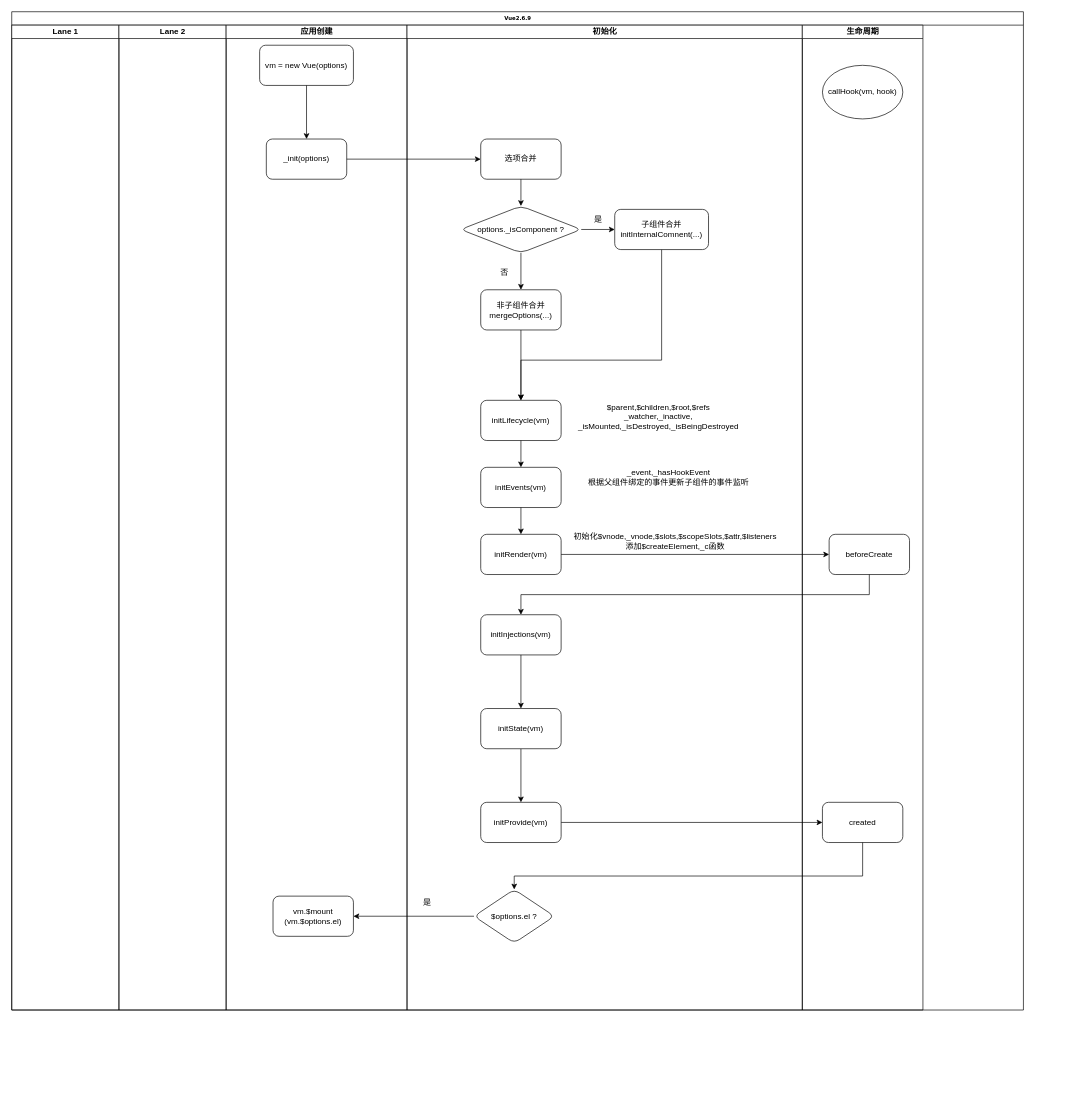
Before: 流程图.drawio in prianyu/vue-2.6.9, a draw.io diagram. Source tidied: cells renumbered, new cells numbered last; positions are measured from the earlier drawing's top-left corner, leaving out a move shared by most shapes. Both pictures are drawn from the tidied source at 67%, with x=0, y=0 at pixel (11, 11).
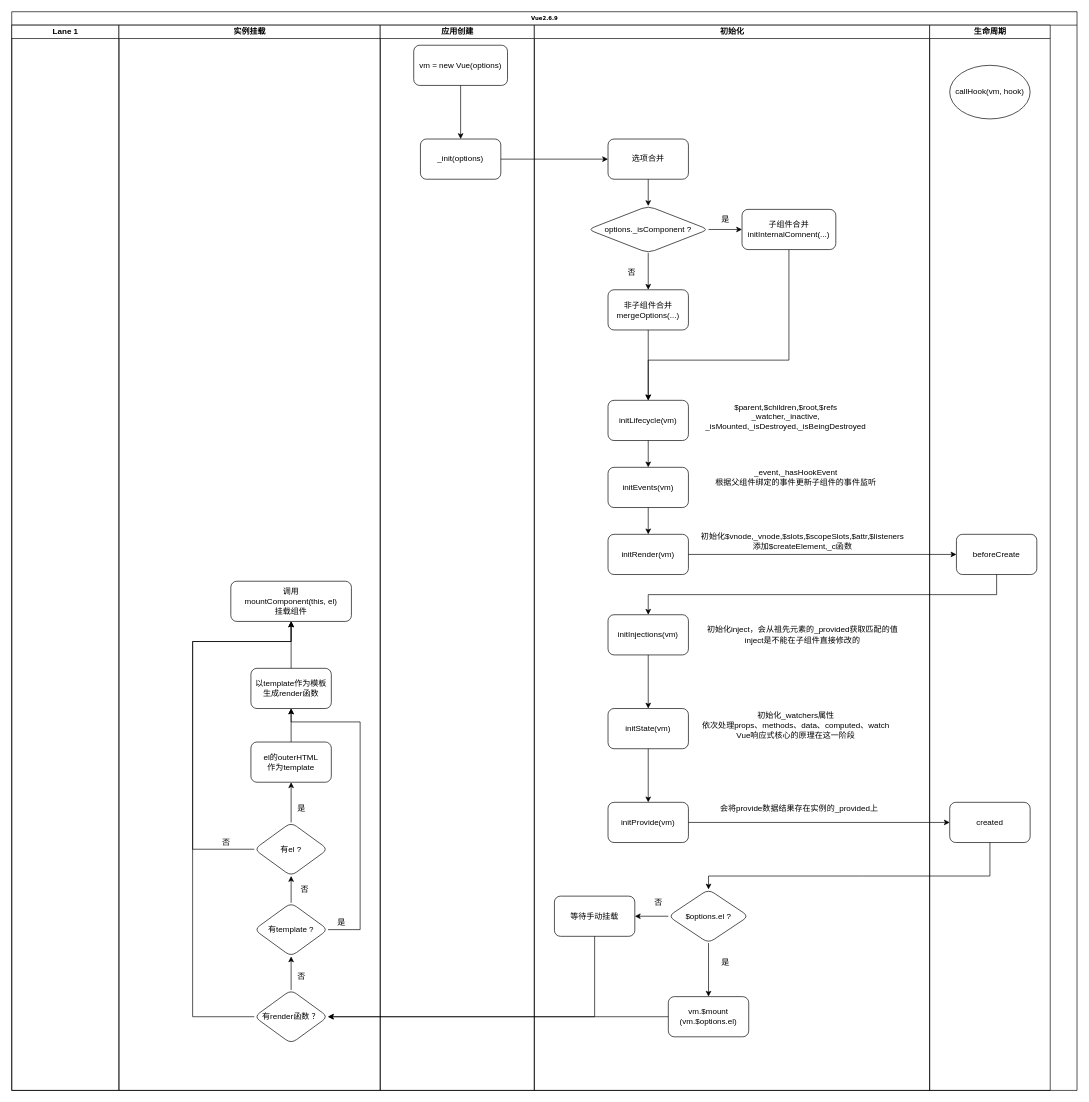
The same diagram, later.

Unchanged cells that the change refers to:
```xml
<mxCell id="18" value="initInjections(vm)" style="whiteSpace=wrap;html=1;rounded=1;" parent="11" vertex="1">
  <mxGeometry x="110" y="880" width="120" height="60" as="geometry" />
</mxCell>
<mxCell id="35" value="created" style="whiteSpace=wrap;html=1;rounded=1;" parent="33" vertex="1">
  <mxGeometry x="30" y="1160" width="120" height="60" as="geometry" />
</mxCell>
```

Change to the diagram source:
```diff
@@
     <mxCell id="2" value="Vue2.6.9" style="swimlane;html=1;startSize=20;rounded=0;shadow=0;labelBackgroundColor=none;strokeWidth=1;fontFamily=Verdana;fontSize=8;align=center;" parent="1" vertex="1">
-      <mxGeometry width="1510" height="1490" as="geometry" />
+      <mxGeometry width="1590" height="1610" as="geometry" />
     </mxCell>
     <mxCell id="3" value="Lane 1" style="swimlane;html=1;startSize=20;" parent="2" vertex="1">
-      <mxGeometry y="20" width="160" height="1470" as="geometry" />
+      <mxGeometry y="20" width="160" height="1590" as="geometry" />
     </mxCell>
-    <mxCell id="4" value="Lane 2" style="swimlane;html=1;startSize=20;" parent="2" vertex="1">
-      <mxGeometry x="160" y="20" width="160" height="1470" as="geometry" />
+    <mxCell id="4" value="实例挂载" style="swimlane;html=1;startSize=20;" parent="2" vertex="1">
+      <mxGeometry x="160" y="20" width="390" height="1590" as="geometry" />
     </mxCell>
+    <mxCell id="47" style="edgeStyle=orthogonalEdgeStyle;rounded=0;jettySize=auto;html=1;exitX=0;exitY=0.5;exitDx=0;exitDy=0;" parent="4" edge="1" source="48">
+      <mxGeometry relative="1" as="geometry">
+        <mxPoint x="257" y="890" as="targetPoint" />
+        <Array as="points">
+          <mxPoint x="110" y="1480" />
+          <mxPoint x="110" y="920" />
+          <mxPoint x="257" y="920" />
+        </Array>
+      </mxGeometry>
+    </mxCell>
+    <mxCell id="48" value="有render函数 ？" style="rhombus;whiteSpace=wrap;html=1;rounded=1;" parent="4" vertex="1">
+      <mxGeometry x="202" y="1440" width="110" height="80" as="geometry" />
+    </mxCell>
+    <mxCell id="49" style="edgeStyle=orthogonalEdgeStyle;rounded=0;jettySize=auto;html=1;exitX=1;exitY=0.5;exitDx=0;exitDy=0;" parent="4" edge="1" source="50">
+      <mxGeometry relative="1" as="geometry">
+        <mxPoint x="257" y="1020" as="targetPoint" />
+        <Array as="points">
+          <mxPoint x="360" y="1350" />
+          <mxPoint x="360" y="1040" />
+          <mxPoint x="257" y="1040" />
+        </Array>
+      </mxGeometry>
+    </mxCell>
+    <mxCell id="50" value="有template ?" style="rhombus;whiteSpace=wrap;html=1;rounded=1;" parent="4" vertex="1">
+      <mxGeometry x="202" y="1310" width="110" height="80" as="geometry" />
+    </mxCell>
+    <mxCell id="51" style="edgeStyle=orthogonalEdgeStyle;rounded=0;jettySize=auto;html=1;" parent="4" edge="1" source="48" target="50">
+      <mxGeometry relative="1" as="geometry" />
+    </mxCell>
+    <mxCell id="52" value="有el ?" style="rhombus;whiteSpace=wrap;html=1;rounded=1;" parent="4" vertex="1">
+      <mxGeometry x="202" y="1190" width="110" height="80" as="geometry" />
+    </mxCell>
+    <mxCell id="53" style="edgeStyle=orthogonalEdgeStyle;rounded=0;jettySize=auto;html=1;" parent="4" edge="1" source="50" target="52">
+      <mxGeometry relative="1" as="geometry" />
+    </mxCell>
+    <mxCell id="54" value="el的outerHTML&lt;br&gt;作为template" style="whiteSpace=wrap;html=1;rounded=1;" parent="4" vertex="1">
+      <mxGeometry x="197" y="1070" width="120" height="60" as="geometry" />
+    </mxCell>
+    <mxCell id="55" style="edgeStyle=orthogonalEdgeStyle;rounded=0;jettySize=auto;html=1;" parent="4" edge="1" source="52" target="54">
+      <mxGeometry relative="1" as="geometry" />
+    </mxCell>
+    <mxCell id="56" value="否" style="text;html=1;align=center;verticalAlign=middle;" parent="4" vertex="1">
+      <mxGeometry x="262" y="1280" width="30" height="20" as="geometry" />
+    </mxCell>
+    <mxCell id="57" value="以template作为模板&lt;br&gt;生成render函数" style="whiteSpace=wrap;html=1;rounded=1;" parent="4" vertex="1">
+      <mxGeometry x="197" y="960" width="120" height="60" as="geometry" />
+    </mxCell>
+    <mxCell id="58" style="edgeStyle=orthogonalEdgeStyle;rounded=0;jettySize=auto;html=1;" parent="4" edge="1" source="54" target="57">
+      <mxGeometry relative="1" as="geometry" />
+    </mxCell>
+    <mxCell id="59" value="是" style="text;html=1;align=center;verticalAlign=middle;" parent="4" vertex="1">
+      <mxGeometry x="317" y="1330" width="30" height="20" as="geometry" />
+    </mxCell>
+    <mxCell id="60" value="调用&lt;br&gt;mountComponent(this, el)&lt;br&gt;挂载组件" style="whiteSpace=wrap;html=1;rounded=1;" parent="4" vertex="1">
+      <mxGeometry x="167" y="830" width="180" height="60" as="geometry" />
+    </mxCell>
+    <mxCell id="61" style="edgeStyle=orthogonalEdgeStyle;rounded=0;jettySize=auto;html=1;" parent="4" edge="1" source="57" target="60">
+      <mxGeometry relative="1" as="geometry" />
+    </mxCell>
+    <mxCell id="62" style="edgeStyle=orthogonalEdgeStyle;rounded=0;jettySize=auto;html=1;exitX=0;exitY=0.5;exitDx=0;exitDy=0;entryX=0.5;entryY=1;entryDx=0;entryDy=0;" parent="4" edge="1" source="52" target="60">
+      <mxGeometry relative="1" as="geometry">
+        <Array as="points">
+          <mxPoint x="110" y="1230" />
+          <mxPoint x="110" y="920" />
+          <mxPoint x="257" y="920" />
+        </Array>
+      </mxGeometry>
+    </mxCell>
     <mxCell id="5" value="应用创建" style="swimlane;html=1;startSize=20;" parent="2" vertex="1">
-      <mxGeometry x="320" y="20" width="270" height="1470" as="geometry" />
+      <mxGeometry x="550" y="20" width="230" height="1590" as="geometry" />
     </mxCell>
@@
-    <mxCell id="9" value="vm.$mount&lt;br&gt;(vm.$options.el)" style="whiteSpace=wrap;html=1;rounded=1;" parent="5" vertex="1">
-      <mxGeometry x="70" y="1300" width="120" height="60" as="geometry" />
-    </mxCell>
@@
     <mxCell id="11" value="初始化" style="swimlane;html=1;startSize=20;" parent="2" vertex="1">
-      <mxGeometry x="590" y="20" width="590" height="1470" as="geometry" />
+      <mxGeometry x="780" y="20" width="590" height="1590" as="geometry" />
     </mxCell>
@@
     <mxCell id="29" value="$options.el ?" style="rhombus;whiteSpace=wrap;html=1;rounded=1;" parent="11" vertex="1">
-      <mxGeometry x="100" y="1290" width="120" height="80" as="geometry" />
+      <mxGeometry x="200" y="1290" width="120" height="80" as="geometry" />
     </mxCell>
@@
+    <mxCell id="9" value="vm.$mount&lt;br&gt;(vm.$options.el)" style="whiteSpace=wrap;html=1;rounded=1;" parent="11" vertex="1">
+      <mxGeometry x="200" y="1450" width="120" height="60" as="geometry" />
+    </mxCell>
+    <mxCell id="40" style="edgeStyle=orthogonalEdgeStyle;rounded=0;jettySize=auto;html=1;" parent="11" edge="1" source="29" target="9">
+      <mxGeometry relative="1" as="geometry" />
+    </mxCell>
+    <mxCell id="46" value="是" style="text;html=1;align=center;verticalAlign=middle;" parent="11" vertex="1">
+      <mxGeometry x="270" y="1390" width="30" height="20" as="geometry" />
+    </mxCell>
+    <mxCell id="63" value="否" style="text;html=1;align=center;verticalAlign=middle;" parent="11" vertex="1">
+      <mxGeometry x="170" y="1300" width="30" height="20" as="geometry" />
+    </mxCell>
+    <mxCell id="64" value="等待手动挂载" style="whiteSpace=wrap;html=1;rounded=1;" parent="11" vertex="1">
+      <mxGeometry x="30" y="1300" width="120" height="60" as="geometry" />
+    </mxCell>
+    <mxCell id="65" style="edgeStyle=orthogonalEdgeStyle;rounded=0;jettySize=auto;html=1;" parent="11" edge="1" source="29" target="64">
+      <mxGeometry relative="1" as="geometry" />
+    </mxCell>
+    <mxCell id="66" value="初始化inject，会从祖先元素的_provided获取匹配的值&lt;br&gt;inject是不能在子组件直接修改的" style="text;html=1;align=center;verticalAlign=middle;" parent="11" vertex="1">
+      <mxGeometry x="250" y="895" width="300" height="30" as="geometry" />
+    </mxCell>
+    <mxCell id="67" value="初始化_watchers属性&lt;br&gt;依次处理props、methods、data、computed、watch&lt;br&gt;Vue响应式核心的原理在这一阶段" style="text;html=1;align=center;verticalAlign=middle;" parent="11" vertex="1">
+      <mxGeometry x="245" y="1020" width="290" height="50" as="geometry" />
+    </mxCell>
+    <mxCell id="68" value="会将provide数据结果存在实例的_provided上" style="text;html=1;align=center;verticalAlign=middle;" parent="11" vertex="1">
+      <mxGeometry x="270" y="1160" width="250" height="20" as="geometry" />
+    </mxCell>
+    <mxCell id="42" value="initState(vm)" style="whiteSpace=wrap;html=1;rounded=1;" parent="11" vertex="1">
+      <mxGeometry x="110" y="1020" width="120" height="60" as="geometry" />
+    </mxCell>
+    <mxCell id="43" style="edgeStyle=orthogonalEdgeStyle;rounded=0;jettySize=auto;html=1;" parent="11" edge="1" source="18" target="42">
+      <mxGeometry relative="1" as="geometry" />
+    </mxCell>
+    <mxCell id="45" value="initProvide(vm)" style="whiteSpace=wrap;html=1;rounded=1;" parent="11" vertex="1">
+      <mxGeometry x="110" y="1160" width="120" height="60" as="geometry" />
+    </mxCell>
+    <mxCell id="41" style="edgeStyle=orthogonalEdgeStyle;rounded=0;jettySize=auto;html=1;" parent="11" edge="1" source="42" target="45">
+      <mxGeometry relative="1" as="geometry" />
+    </mxCell>
     <mxCell id="33" value="生命周期" style="swimlane;html=1;startSize=20;" parent="2" vertex="1">
-      <mxGeometry x="1180" y="20" width="180" height="1470" as="geometry" />
+      <mxGeometry x="1370" y="20" width="180" height="1590" as="geometry" />
     </mxCell>
@@
     <mxCell id="39" style="edgeStyle=orthogonalEdgeStyle;rounded=0;jettySize=auto;html=1;" parent="2" edge="1" source="35" target="29">
       <mxGeometry relative="1" as="geometry">
         <Array as="points">
           <mxPoint x="1270" y="1290" />
-          <mxPoint x="750" y="1290" />
+          <mxPoint x="850" y="1290" />
         </Array>
       </mxGeometry>
     </mxCell>
-    <mxCell id="40" style="edgeStyle=orthogonalEdgeStyle;rounded=0;jettySize=auto;html=1;" parent="2" edge="1" source="29" target="9">
-      <mxGeometry relative="1" as="geometry" />
-    </mxCell>
-    <mxCell id="41" style="edgeStyle=orthogonalEdgeStyle;rounded=0;jettySize=auto;html=1;" parent="1" edge="1" source="42" target="45">
-      <mxGeometry relative="1" as="geometry" />
-    </mxCell>
-    <mxCell id="42" value="initState(vm)" style="whiteSpace=wrap;html=1;rounded=1;" parent="1" vertex="1">
-      <mxGeometry x="700" y="1040" width="120" height="60" as="geometry" />
-    </mxCell>
-    <mxCell id="43" style="edgeStyle=orthogonalEdgeStyle;rounded=0;jettySize=auto;html=1;" parent="1" edge="1" source="18" target="42">
-      <mxGeometry relative="1" as="geometry" />
-    </mxCell>
+    <mxCell id="69" style="edgeStyle=orthogonalEdgeStyle;rounded=0;jettySize=auto;html=1;" parent="2" edge="1" source="9" target="48">
+      <mxGeometry relative="1" as="geometry" />
+    </mxCell>
+    <mxCell id="70" style="edgeStyle=orthogonalEdgeStyle;rounded=0;jettySize=auto;html=1;exitX=0.5;exitY=1;exitDx=0;exitDy=0;entryX=1;entryY=0.5;entryDx=0;entryDy=0;" parent="2" edge="1" source="64" target="48">
+      <mxGeometry relative="1" as="geometry" />
+    </mxCell>
-    <mxCell id="44" style="edgeStyle=orthogonalEdgeStyle;rounded=0;jettySize=auto;html=1;" parent="1" edge="1" source="45" target="35">
+    <mxCell id="44" style="edgeStyle=orthogonalEdgeStyle;rounded=0;jettySize=auto;html=1;" parent="2" edge="1" source="45" target="35">
       <mxGeometry relative="1" as="geometry" />
     </mxCell>
-    <mxCell id="45" value="initProvide(vm)" style="whiteSpace=wrap;html=1;rounded=1;" parent="1" vertex="1">
-      <mxGeometry x="700" y="1180" width="120" height="60" as="geometry" />
-    </mxCell>
-    <mxCell id="46" value="是" style="text;html=1;align=center;verticalAlign=middle;" parent="1" vertex="1">
-      <mxGeometry x="605" y="1320" width="30" height="20" as="geometry" />
-    </mxCell>
+    <mxCell id="71" value="否" style="text;html=1;align=center;verticalAlign=middle;" parent="1" vertex="1">
+      <mxGeometry x="417" y="1430" width="30" height="20" as="geometry" />
+    </mxCell>
+    <mxCell id="72" value="是" style="text;html=1;align=center;verticalAlign=middle;" parent="1" vertex="1">
+      <mxGeometry x="417" y="1180" width="30" height="20" as="geometry" />
+    </mxCell>
+    <mxCell id="73" value="否" style="text;html=1;align=center;verticalAlign=middle;" parent="1" vertex="1">
+      <mxGeometry x="305" y="1230" width="30" height="20" as="geometry" />
+    </mxCell>
```
